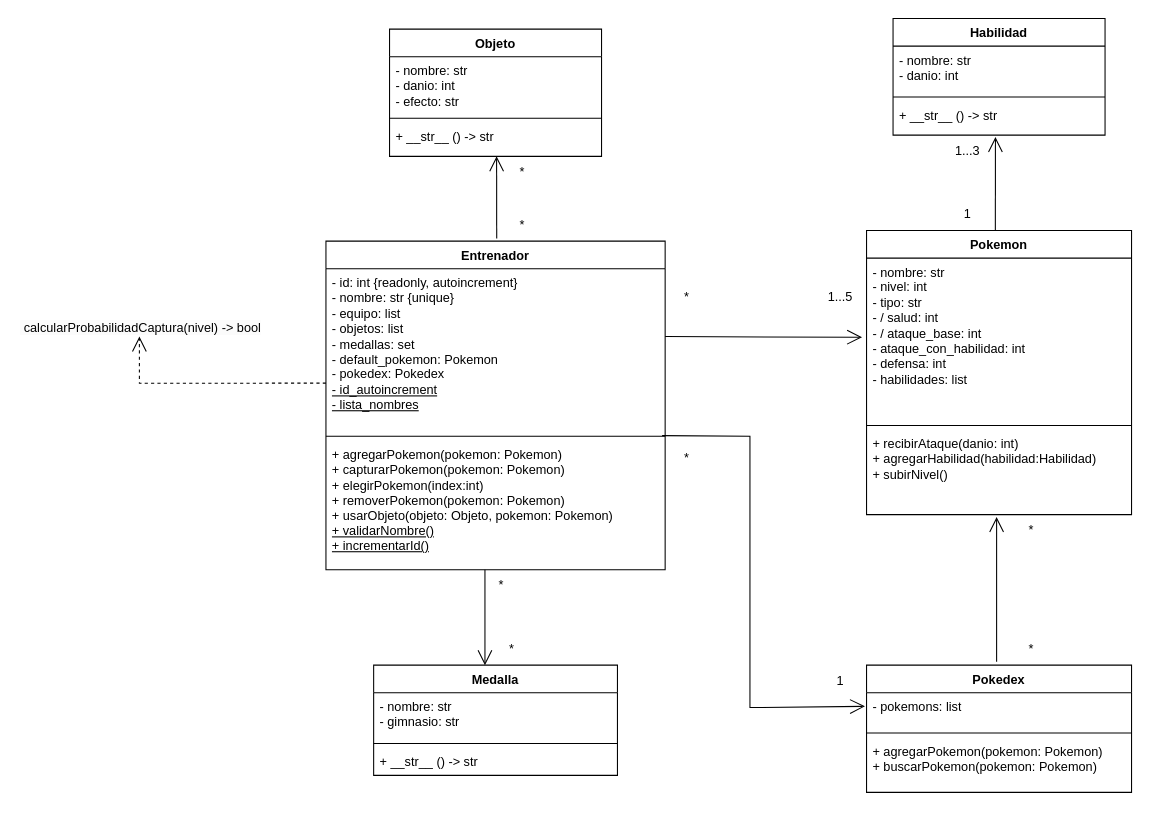
Above: pokemon.drawio in MarucoMass/tp-integrador-P2-Massonnat-Martin-Palena (draw.io), before the change. Source tidied: cells renumbered, new cells numbered last; positions are measured from the earlier drawing's top-left corner, leaving out a move shared by most shapes. Both pictures are drawn from the tidied source at 106%, with x=0, y=0 at pixel (18, 18).
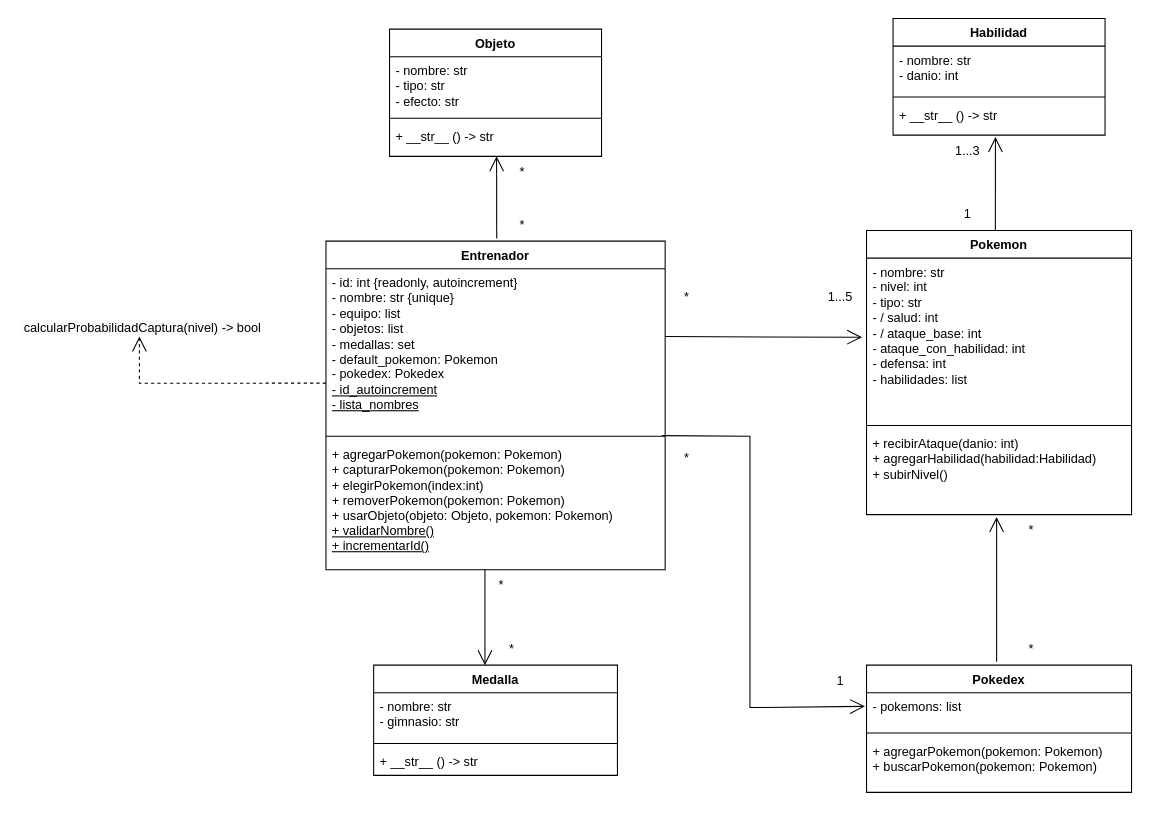
The same page after the edit.

Unchanged cells that the change refers to:
```xml
<mxCell id="22" value="Objeto" style="swimlane;fontStyle=1;align=center;verticalAlign=top;horizontal=1;startSize=26;whiteSpace=wrap;html=1;" parent="1" vertex="1">
  <mxGeometry x="350" y="10" width="200" height="120" as="geometry" />
</mxCell>
```

What changed in the source:
```diff
@@
-    <mxCell id="23" value="- nombre: str&lt;div&gt;- danio: int&lt;/div&gt;&lt;div&gt;- efecto: str&lt;/div&gt;" style="text;strokeColor=none;fillColor=none;align=left;verticalAlign=top;spacingLeft=4;spacingRight=4;overflow=hidden;whiteSpace=wrap;html=1;" parent="22" vertex="1">
+    <mxCell id="23" value="- nombre: str&lt;div&gt;- tipo: str&lt;/div&gt;&lt;div&gt;- efecto: str&lt;/div&gt;" style="text;strokeColor=none;fillColor=none;align=left;verticalAlign=top;spacingLeft=4;spacingRight=4;overflow=hidden;whiteSpace=wrap;html=1;" parent="22" vertex="1">
       <mxGeometry y="26" width="200" height="54" as="geometry" />
     </mxCell>
```
